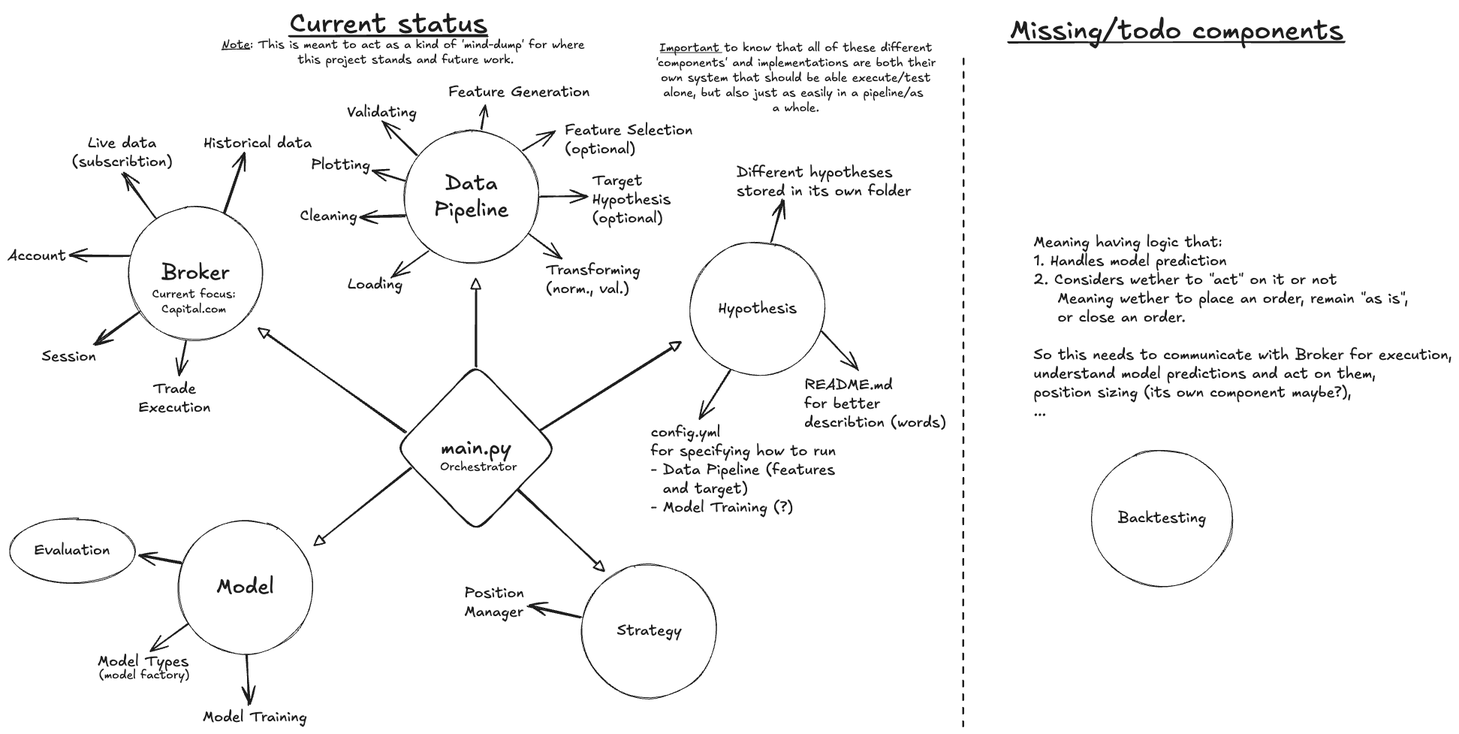
This is excalidraw/current_progress.excalidraw.png from DanielWestgaard/ml-pred, a Excalidraw export, as it was before one commit. Source tidied: one line per element, renumbered; positions are measured from the earlier drawing's top-left corner, leaving out a move shared by most shapes.
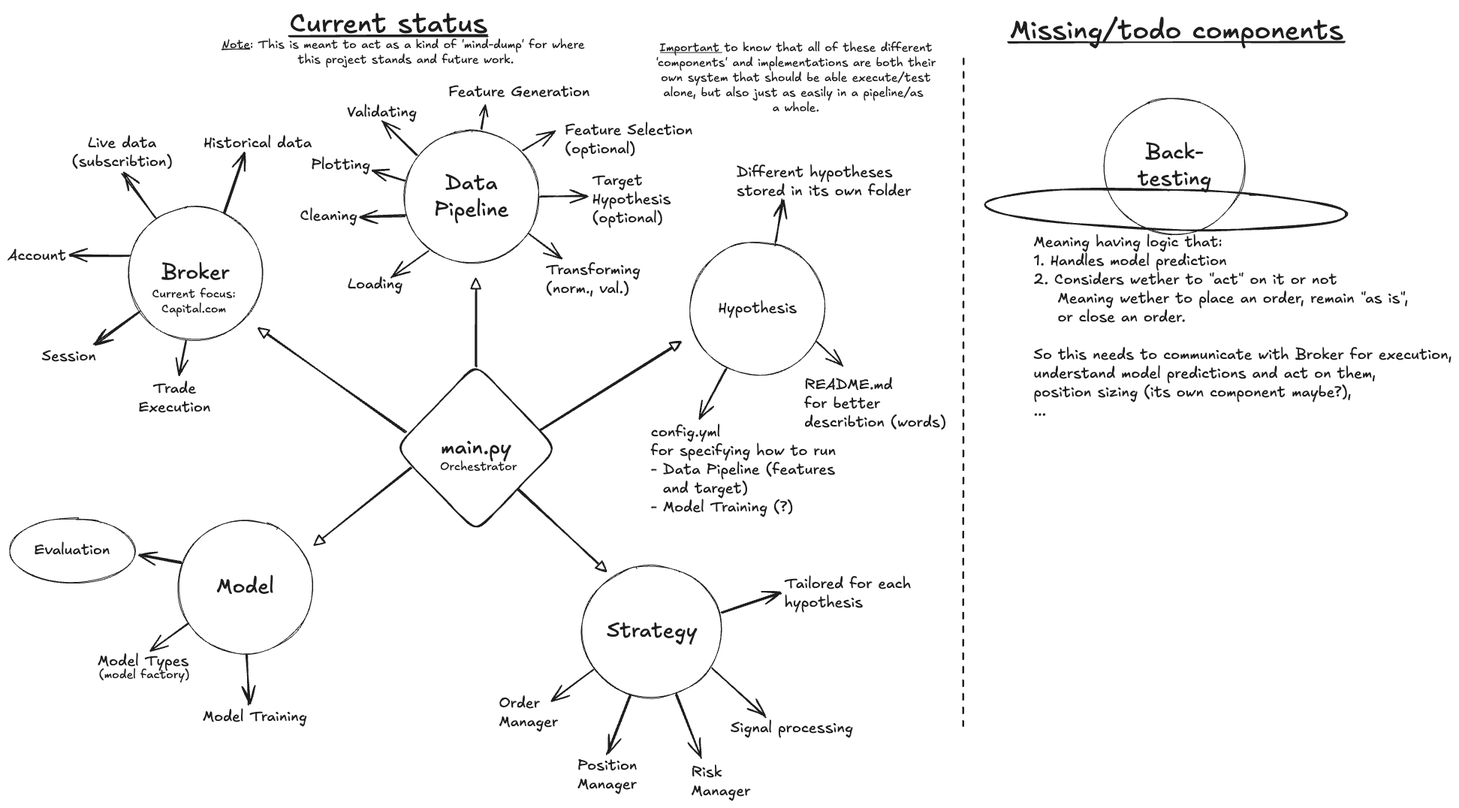
Later version of the same file.

Commit message:
Updated illustration with strategy components

Change to the diagram source:
```diff
@@ -42,12 +42,11 @@
 {"id": 41, "type": "arrow", "strokeColor": "#1e1e1e", "strokeWidth": 2, "roughness": 1, "endArrowhead": "arrow", "round": true, "from": 6, "x": 529, "y": 231, "width": 44, "height": 13, "points": [[0, 0], [-44, -13]]}
 {"id": 42, "type": "text", "text": "Plotting", "strokeColor": "#1e1e1e", "strokeWidth": 2, "roughness": 1, "fontSize": 20, "fontFamily": 5, "x": 404, "y": 197, "width": 79, "height": 25}
 {"id": 43, "type": "line", "strokeColor": "#1e1e1e", "strokeWidth": 2, "strokeStyle": "dashed", "roughness": 1, "round": true, "x": 1272, "y": 69, "width": 0, "height": 888, "points": [[0, 0], [0, 888]]}
-{"id": 44, "type": "ellipse", "strokeColor": "#1e1e1e", "strokeWidth": 1, "roughness": 1, "round": true, "x": 765, "y": 741, "width": 180, "height": 178}
+{"id": 44, "type": "ellipse", "strokeColor": "#1e1e1e", "strokeWidth": 1, "roughness": 1, "round": true, "x": 765, "y": 743, "width": 186, "height": 176}
-{"id": 45, "type": "text", "text": "Strategy", "strokeColor": "#1e1e1e", "strokeWidth": 1, "roughness": 1, "fontSize": 20, "fontFamily": 5, "textAlign": "center", "verticalAlign": "middle", "inside": 44, "x": 812, "y": 818, "width": 86, "height": 25}
+{"id": 45, "type": "text", "text": "Strategy", "strokeColor": "#1e1e1e", "strokeWidth": 1, "roughness": 1, "fontSize": 28, "fontFamily": 5, "textAlign": "center", "verticalAlign": "middle", "inside": 44, "x": 798, "y": 813, "width": 120, "height": 35}
-{"id": 46, "type": "text", "text": "Meaning having logic that:\n1. Handles model prediction\n2. Considers wether to \"act\" on it or not\n    Meaning wether to place an order, remain \"as is\",\n    or close an order.\n\nSo this needs to communicate with Broker for execution,\nunderstand model predictions and act on them,\nposition sizing (its own component maybe?),\n...", "strokeColor": "#1e1e1e", "strokeWidth": 2, "strokeStyle": "dashed", "roughness": 1, "fontSize": 20, "fontFamily": 5, "x": 1367, "y": 300, "width": 557, "height": 250}
 {"id": 47, "type": "text", "text": "Missing/todo components", "strokeColor": "#1e1e1e", "strokeWidth": 2, "strokeStyle": "dashed", "roughness": 1, "fontSize": 36, "fontFamily": 5, "x": 1335, "y": 9, "width": 444, "height": 45}
-{"id": 48, "type": "ellipse", "strokeColor": "#1e1e1e", "strokeWidth": 1, "roughness": 1, "round": true, "x": 1443, "y": 589, "width": 189, "height": 182}
+{"id": 48, "type": "ellipse", "strokeColor": "#1e1e1e", "strokeWidth": 1, "roughness": 1, "round": true, "x": 1459, "y": 121, "width": 189, "height": 182}
-{"id": 49, "type": "text", "text": "Backtesting", "strokeColor": "#1e1e1e", "strokeWidth": 1, "roughness": 1, "fontSize": 20, "fontFamily": 5, "textAlign": "center", "verticalAlign": "middle", "inside": 48, "x": 1479, "y": 668, "width": 118, "height": 25}
+{"id": 49, "type": "text", "text": "Back-\ntesting", "strokeColor": "#1e1e1e", "strokeWidth": 1, "roughness": 1, "fontSize": 28, "fontFamily": 5, "textAlign": "center", "verticalAlign": "middle", "inside": 48, "x": 1505, "y": 177, "width": 98, "height": 70}
 {"id": 50, "type": "arrow", "strokeColor": "#1e1e1e", "strokeWidth": 2, "roughness": 1, "endArrowhead": "arrow", "round": true, "from": 8, "x": 240, "y": 821, "width": 50, "height": 36, "points": [[0, 0], [-50, 36]]}
 {"id": 51, "type": "text", "text": "Model Types", "strokeColor": "#1e1e1e", "strokeWidth": 2, "roughness": 1, "fontSize": 20, "fontFamily": 5, "x": 120, "y": 858, "width": 121, "height": 25}
 {"id": 52, "type": "arrow", "strokeColor": "#1e1e1e", "strokeWidth": 2, "roughness": 1, "endArrowhead": "arrow", "round": true, "from": 8, "x": 319, "y": 863, "width": 3, "height": 65, "points": [[0, 0], [3, 65]]}
@@ -58,16 +57,24 @@
 {"id": 57, "type": "arrow", "strokeColor": "#1e1e1e", "strokeWidth": 2, "roughness": 1, "endArrowhead": "triangle_outline", "round": true, "from": 19, "to": 4, "x": 530, "y": 566, "width": 195, "height": 139, "points": [[0, 0], [-195, -139]]}
 {"id": 58, "type": "arrow", "strokeColor": "#1e1e1e", "strokeWidth": 2, "roughness": 1, "endArrowhead": "triangle_outline", "round": true, "from": 19, "to": 8, "x": 538, "y": 613, "width": 128, "height": 103, "points": [[0, 0], [-128, 103]]}
 {"id": 59, "type": "arrow", "strokeColor": "#1e1e1e", "strokeWidth": 2, "roughness": 1, "endArrowhead": "triangle_outline", "round": true, "from": 19, "to": 10, "x": 709, "y": 562, "width": 187, "height": 117, "points": [[0, 0], [187, -117]]}
-{"id": 60, "type": "arrow", "strokeColor": "#1e1e1e", "strokeWidth": 2, "roughness": 1, "endArrowhead": "arrow", "round": true, "from": 10, "x": 1018, "y": 311, "width": 14, "height": 55, "points": [[0, 0], [14, -55]]}
+{"id": 60, "type": "arrow", "strokeColor": "#1e1e1e", "strokeWidth": 2, "roughness": 1, "endArrowhead": "arrow", "round": true, "from": 10, "to": 61, "x": 1024, "y": 312, "width": 8, "height": 56, "points": [[0, 0], [8, -56]]}
 {"id": 61, "type": "text", "text": "Different hypotheses\nstored in its own folder", "strokeColor": "#1e1e1e", "strokeWidth": 2, "roughness": 1, "fontSize": 20, "fontFamily": 5, "x": 971, "y": 207, "width": 233, "height": 50}
 {"id": 62, "type": "text", "text": "config.yml\nfor specifying how to run\n- Data Pipeline (features\n  and target)\n- Model Training (?)", "strokeColor": "#1e1e1e", "strokeWidth": 2, "roughness": 1, "fontSize": 20, "fontFamily": 5, "x": 857, "y": 553, "width": 246, "height": 125}
-{"id": 63, "type": "arrow", "strokeColor": "#1e1e1e", "strokeWidth": 2, "roughness": 1, "endArrowhead": "arrow", "round": true, "from": 10, "to": 62, "x": 963, "y": 484, "width": 42, "height": 63, "points": [[0, 0], [-42, 63]]}
+{"id": 63, "type": "arrow", "strokeColor": "#1e1e1e", "strokeWidth": 2, "roughness": 1, "endArrowhead": "arrow", "round": true, "from": 10, "to": 62, "x": 957, "y": 482, "width": 36, "height": 64, "points": [[0, 0], [-36, 64]]}
 {"id": 64, "type": "text", "text": "README.md\nfor better\ndescribtion (words)\n", "strokeColor": "#1e1e1e", "strokeWidth": 2, "roughness": 1, "fontSize": 20, "fontFamily": 5, "x": 1061, "y": 491, "width": 189, "height": 100}
-{"id": 65, "type": "arrow", "strokeColor": "#1e1e1e", "strokeWidth": 2, "roughness": 1, "endArrowhead": "arrow", "round": true, "from": 10, "to": 64, "x": 1085, "y": 430, "width": 49, "height": 52, "points": [[0, 0], [49, 52]]}
+{"id": 65, "type": "arrow", "strokeColor": "#1e1e1e", "strokeWidth": 2, "roughness": 1, "endArrowhead": "arrow", "round": true, "from": 10, "to": 64, "x": 1078, "y": 445, "width": 34, "height": 32, "points": [[0, 0], [34, 32]]}
 {"id": 66, "type": "line", "strokeColor": "#1e1e1e", "strokeWidth": 2, "roughness": 1, "round": true, "x": 1333, "y": 47, "width": 448, "height": 0, "points": [[0, 0], [448, 0]]}
 {"id": 67, "type": "line", "strokeColor": "#1e1e1e", "strokeWidth": 1, "roughness": 0, "round": true, "x": 870, "y": 60, "width": 82, "height": 0, "points": [[0, 0], [82, 0]]}
 {"id": 68, "type": "ellipse", "strokeColor": "#1e1e1e", "strokeWidth": 1, "roughness": 1, "round": true, "x": 3, "y": 681, "width": 167, "height": 85}
 {"id": 69, "type": "text", "text": "Evaluation", "strokeColor": "#1e1e1e", "strokeWidth": 1, "roughness": 1, "fontSize": 20, "fontFamily": 5, "textAlign": "center", "verticalAlign": "middle", "inside": 68, "x": 36, "y": 711, "width": 101, "height": 25}
-{"id": 70, "type": "arrow", "strokeColor": "#1e1e1e", "strokeWidth": 2, "roughness": 1, "endArrowhead": "triangle_outline", "round": true, "from": 19, "to": 44, "x": 679, "y": 642, "width": 115, "height": 107, "points": [[0, 0], [115, 107]]}
+{"id": 70, "type": "arrow", "strokeColor": "#1e1e1e", "strokeWidth": 2, "roughness": 1, "endArrowhead": "triangle_outline", "round": true, "from": 19, "to": 44, "x": 680, "y": 642, "width": 117, "height": 108, "points": [[0, 0], [117, 108]]}
-{"id": 71, "type": "arrow", "strokeColor": "#1e1e1e", "strokeWidth": 2, "roughness": 1, "endArrowhead": "arrow", "round": true, "from": 44, "x": 763, "y": 812, "width": 70, "height": 16, "points": [[0, 0], [-70, -16]]}
+{"id": 71, "type": "arrow", "strokeColor": "#1e1e1e", "strokeWidth": 2, "roughness": 1, "endArrowhead": "arrow", "round": true, "from": 44, "to": 72, "x": 829, "y": 916, "width": 31, "height": 78, "points": [[0, 0], [-31, 78]]}
-{"id": 72, "type": "text", "text": "Position\nManager", "strokeColor": "#1e1e1e", "strokeWidth": 2, "roughness": 1, "fontSize": 20, "fontFamily": 5, "x": 608, "y": 767, "width": 80, "height": 50}
+{"id": 72, "type": "text", "text": "Position\nManager", "strokeColor": "#1e1e1e", "strokeWidth": 2, "roughness": 1, "fontSize": 20, "fontFamily": 5, "x": 759, "y": 998, "width": 80, "height": 50}
+{"id": 73, "type": "arrow", "strokeColor": "#1e1e1e", "strokeWidth": 2, "roughness": 1, "endArrowhead": "arrow", "round": true, "from": 44, "to": 74, "x": 890, "y": 915, "width": 33, "height": 84, "points": [[0, 0], [33, 84]]}
+{"id": 74, "type": "text", "text": "Risk\nManager", "strokeColor": "#1e1e1e", "strokeWidth": 2, "roughness": 1, "fontSize": 20, "fontFamily": 5, "x": 910, "y": 1007, "width": 79, "height": 50}
+{"id": 75, "type": "arrow", "strokeColor": "#1e1e1e", "strokeWidth": 2, "roughness": 1, "endArrowhead": "arrow", "round": true, "from": 44, "to": 76, "x": 939, "y": 880, "width": 71, "height": 65, "points": [[0, 0], [71, 65]]}
+{"id": 76, "type": "text", "text": "Signal processing", "strokeColor": "#1e1e1e", "strokeWidth": 2, "roughness": 1, "fontSize": 20, "fontFamily": 5, "x": 963, "y": 948, "width": 163, "height": 25}
+{"id": 77, "type": "arrow", "strokeColor": "#1e1e1e", "strokeWidth": 2, "roughness": 1, "endArrowhead": "arrow", "round": true, "from": 44, "to": 78, "x": 780, "y": 883, "width": 56, "height": 41, "points": [[0, 0], [-56, 41]]}
+{"id": 78, "type": "text", "text": "Order\nManager", "strokeColor": "#1e1e1e", "strokeWidth": 2, "roughness": 1, "fontSize": 20, "fontFamily": 5, "x": 654, "y": 914, "width": 79, "height": 50}
+{"id": 79, "type": "arrow", "strokeColor": "#1e1e1e", "strokeWidth": 2, "roughness": 1, "endArrowhead": "arrow", "round": true, "from": 44, "x": 952, "y": 806, "width": 79, "height": 27, "points": [[0, 0], [79, -27]]}
+{"id": 80, "type": "text", "text": "Tailored for each\nhypothesis", "strokeColor": "#1e1e1e", "strokeWidth": 2, "roughness": 1, "fontSize": 20, "fontFamily": 5, "x": 1035, "y": 755, "width": 169, "height": 50}
```
